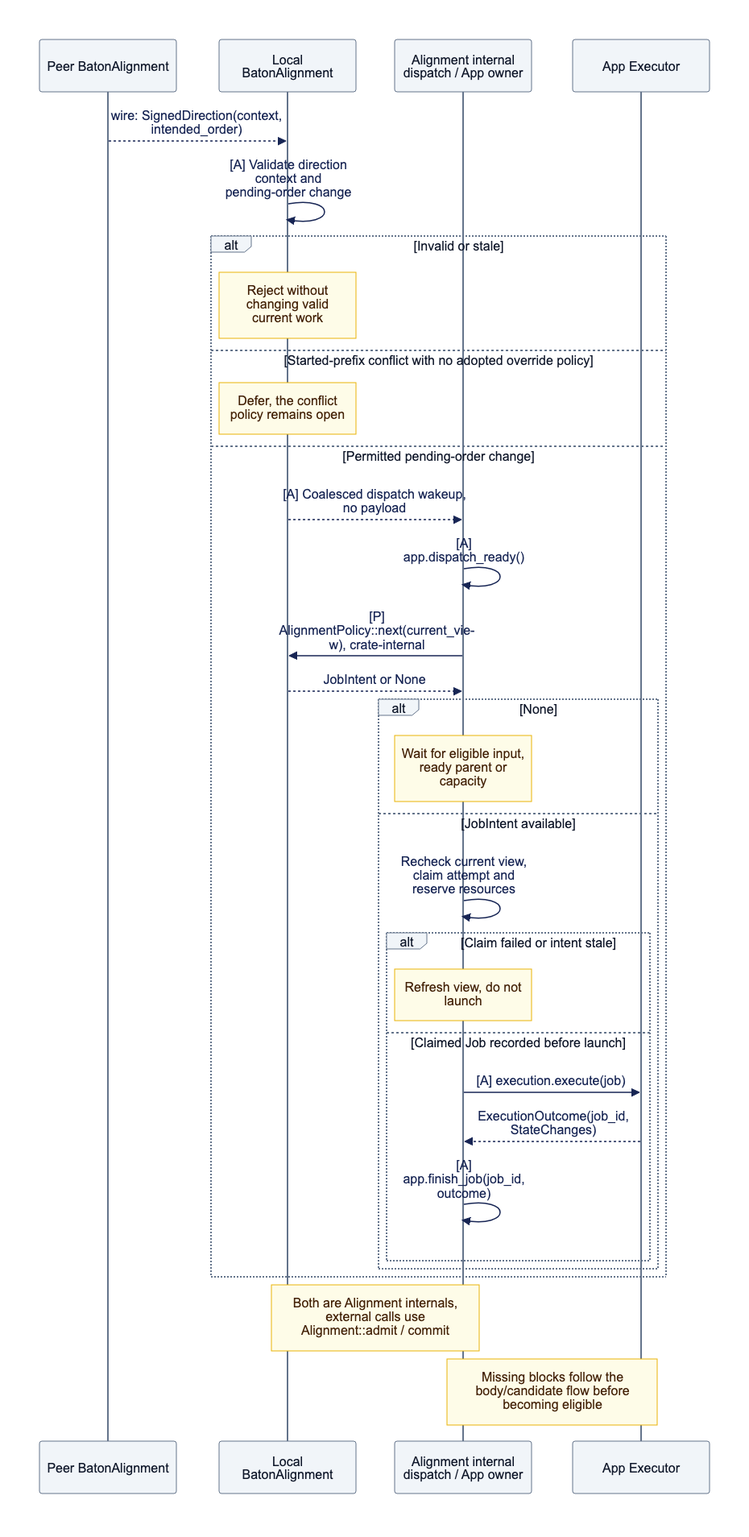
djm07073/baton keeps this Mermaid diagram as docs/assets/diagrams/diagram-07.png. Above is the earlier version. Its source is kept beside it as docs/assets/diagrams/diagram-07.mmd. Its diagram source:
```mermaid
sequenceDiagram
    participant L as Peer BatonAlignment
    participant B as Local BatonAlignment
    participant A as Alignment internal dispatch / App owner
    participant E as App Executor
    L-->>B: wire: SignedDirection(context, intended_order)
    B->>B: [A] Validate direction context and pending-order change
    alt Invalid or stale
        Note over B: Reject without changing valid current work
    else Started-prefix conflict with no adopted override policy
        Note over B: Defer, the conflict policy remains open
    else Permitted pending-order change
        B-->>A: [A] Coalesced dispatch wakeup, no payload
        A->>A: [A] app.dispatch_ready()
        A->>B: [P] AlignmentPolicy::next(current_view), crate-internal
        B-->>A: JobIntent or None
        alt None
            Note over A: Wait for eligible input, ready parent or capacity
        else JobIntent available
            A->>A: Recheck current view, claim attempt and reserve resources
            alt Claim failed or intent stale
                Note over A: Refresh view, do not launch
            else Claimed Job recorded before launch
                A->>E: [A] execution.execute(job)
                E-->>A: ExecutionOutcome(job_id, StateChanges)
                A->>A: [A] app.finish_job(job_id, outcome)
            end
        end
    end
    Note over B,A: Both are Alignment internals, external calls use Alignment::admit / commit
    Note over A,E: Missing blocks follow the body/candidate flow before becoming eligible
```
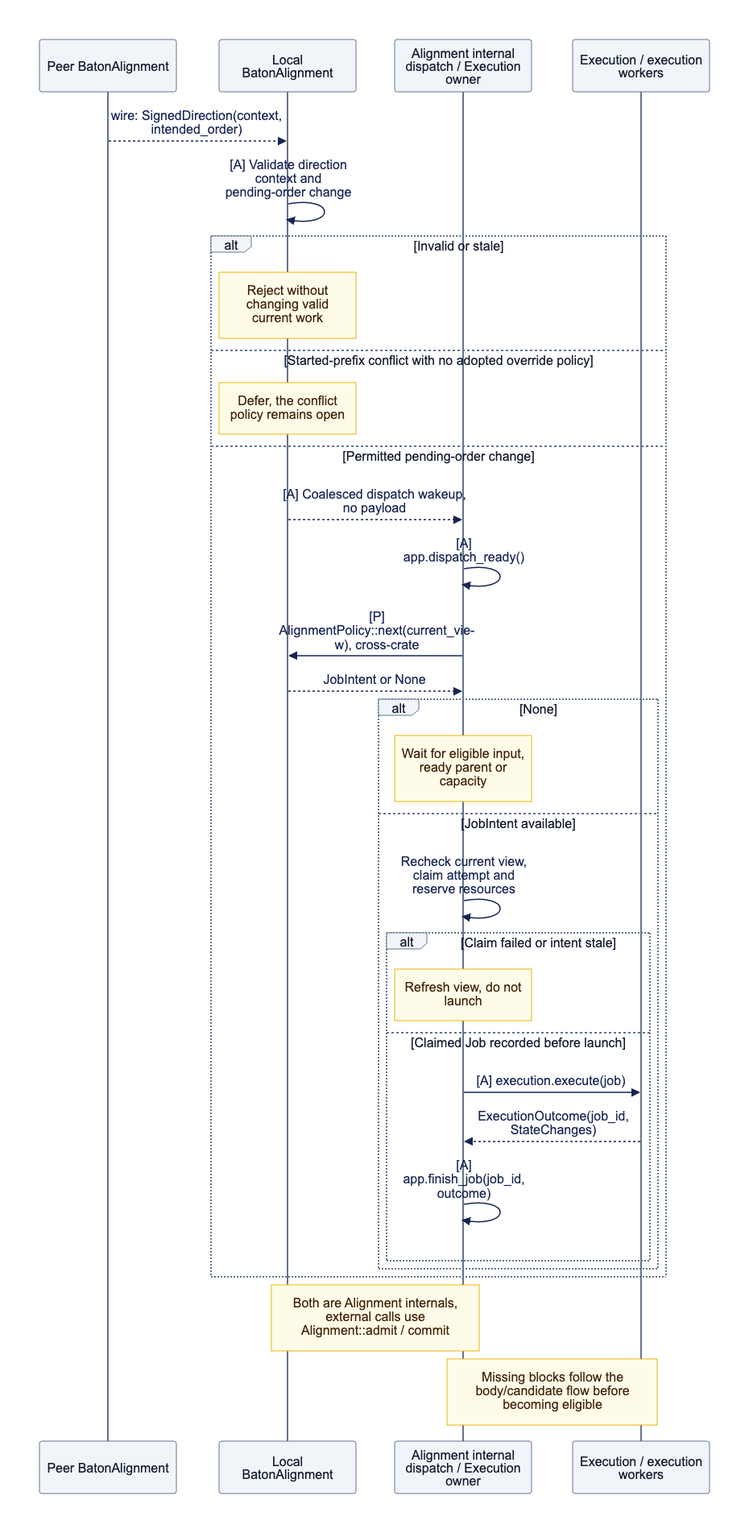
The same diagram one commit later.

The edit, as a diff of the source:
```diff
@@ -1,8 +1,8 @@
 sequenceDiagram
     participant L as Peer BatonAlignment
     participant B as Local BatonAlignment
-    participant A as Alignment internal dispatch / App owner
-    participant E as App Executor
+    participant A as Alignment internal dispatch / Execution owner
+    participant E as Execution / execution workers
     L-->>B: wire: SignedDirection(context, intended_order)
     B->>B: [A] Validate direction context and pending-order change
     alt Invalid or stale
@@ -12,7 +12,7 @@
     else Permitted pending-order change
         B-->>A: [A] Coalesced dispatch wakeup, no payload
         A->>A: [A] app.dispatch_ready()
-        A->>B: [P] AlignmentPolicy::next(current_view), crate-internal
+        A->>B: [P] AlignmentPolicy::next(current_view), cross-crate
         B-->>A: JobIntent or None
         alt None
             Note over A: Wait for eligible input, ready parent or capacity
```
